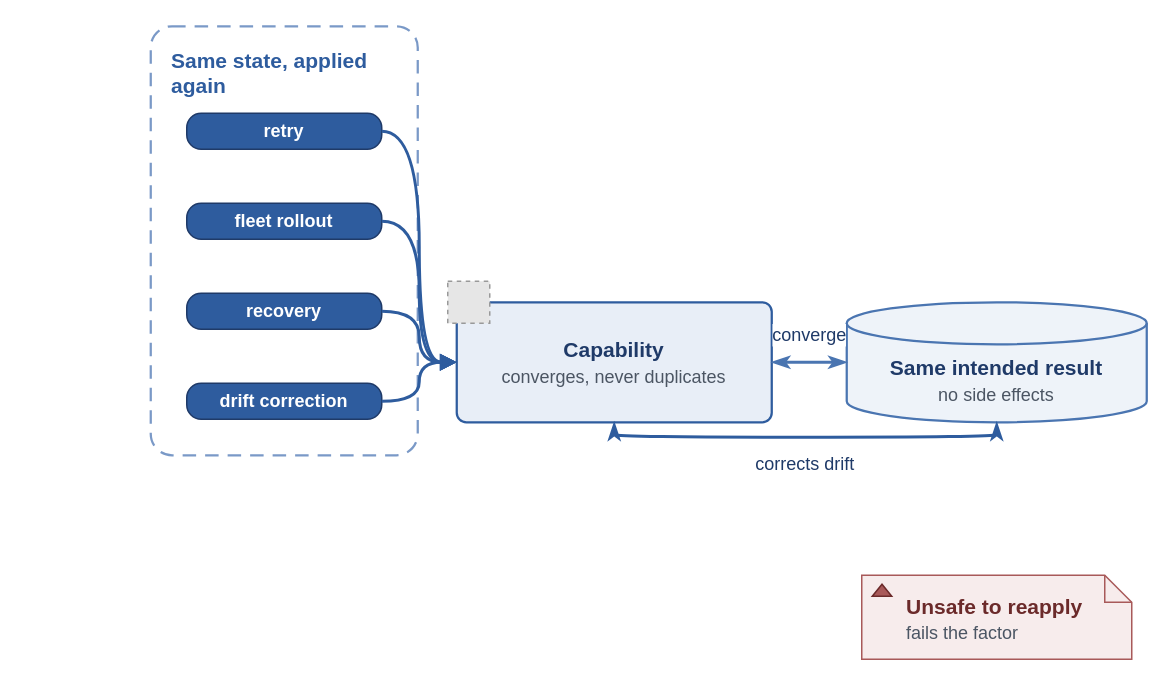
Above: diagrams/factor-4-stable-reconciliation.drawio in missBerg/platform-capabilities (draw.io), before the change. Source tidied: cells renumbered, new cells numbered last; positions are measured from the earlier drawing's top-left corner, leaving out a move shared by most shapes. Both pictures are drawn from the tidied source at 150%, with x=0, y=0 at pixel (150, 26). Pictures stored in the file or linked from it are replaced by grey dashed boxes.
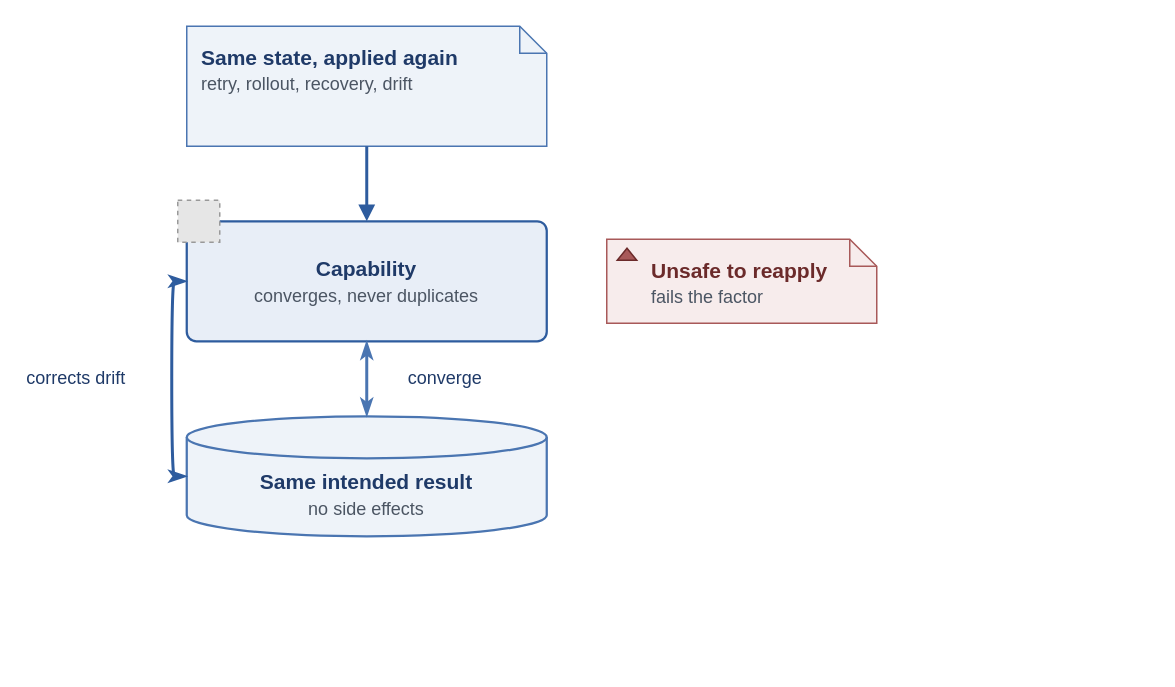
The same diagram, later.

Change to the diagram source:
```diff
@@
 <mxGraphModel>
   <root>
     <mxCell id="0" />
     <mxCell id="1" parent="0" />
-    <mxCell id="2" value="&lt;b&gt;Same state, applied again&lt;/b&gt;" style="rounded=1;whiteSpace=wrap;html=1;arcSize=8;fillColor=none;strokeColor=#7A99C7;strokeWidth=1.5;fontColor=#2E5C9E;fontFamily=Helvetica;fontSize=14;align=left;verticalAlign=top;dashed=1;dashPattern=6 4;spacingLeft=12;spacingTop=8;shadow=0;" parent="1" vertex="1">
-      <mxGeometry width="178" height="286" as="geometry" />
-    </mxCell>
-    <mxCell id="3" value="retry" style="rounded=1;whiteSpace=wrap;html=1;arcSize=40;fillColor=#2E5C9E;strokeColor=#1F3A68;strokeWidth=1;fontColor=#FFFFFF;fontFamily=Helvetica;fontSize=12;fontStyle=1;align=center;verticalAlign=middle;shadow=0;" parent="1" vertex="1">
-      <mxGeometry x="24" y="58" width="130" height="24" as="geometry" />
-    </mxCell>
-    <mxCell id="4" value="fleet rollout" style="rounded=1;whiteSpace=wrap;html=1;arcSize=40;fillColor=#2E5C9E;strokeColor=#1F3A68;strokeWidth=1;fontColor=#FFFFFF;fontFamily=Helvetica;fontSize=12;fontStyle=1;align=center;verticalAlign=middle;shadow=0;" parent="1" vertex="1">
-      <mxGeometry x="24" y="118" width="130" height="24" as="geometry" />
-    </mxCell>
-    <mxCell id="5" value="recovery" style="rounded=1;whiteSpace=wrap;html=1;arcSize=40;fillColor=#2E5C9E;strokeColor=#1F3A68;strokeWidth=1;fontColor=#FFFFFF;fontFamily=Helvetica;fontSize=12;fontStyle=1;align=center;verticalAlign=middle;shadow=0;" parent="1" vertex="1">
-      <mxGeometry x="24" y="178" width="130" height="24" as="geometry" />
-    </mxCell>
-    <mxCell id="6" value="drift correction" style="rounded=1;whiteSpace=wrap;html=1;arcSize=40;fillColor=#2E5C9E;strokeColor=#1F3A68;strokeWidth=1;fontColor=#FFFFFF;fontFamily=Helvetica;fontSize=12;fontStyle=1;align=center;verticalAlign=middle;shadow=0;" parent="1" vertex="1">
-      <mxGeometry x="24" y="238" width="130" height="24" as="geometry" />
-    </mxCell>
+    <mxCell id="18" value="&lt;b&gt;Same state, applied again&lt;/b&gt;&lt;br&gt;&lt;font style=&quot;font-size: 12px&quot; color=&quot;#4B5563&quot;&gt;retry, rollout, recovery, drift&lt;/font&gt;" style="shape=note;whiteSpace=wrap;html=1;backgroundOutline=1;fillColor=#EEF3F9;strokeColor=#4A75B1;strokeWidth=1;fontColor=#1F3A68;fontFamily=Helvetica;fontSize=14;align=left;verticalAlign=top;spacingLeft=8;spacingTop=6;spacingRight=8;shadow=0;size=18;" parent="1" vertex="1">
+      <mxGeometry x="24" width="240" height="80" as="geometry" />
+    </mxCell>
     <mxCell id="7" value="&lt;b&gt;Capability&lt;/b&gt;&lt;br&gt;&lt;font style=&quot;font-size: 12px&quot; color=&quot;#4B5563&quot;&gt;converges, never duplicates&lt;/font&gt;" style="rounded=1;whiteSpace=wrap;html=1;arcSize=8;fillColor=#E8EEF7;strokeColor=#2E5C9E;strokeWidth=1.5;fontColor=#1F3A68;fontFamily=Helvetica;fontSize=14;align=center;verticalAlign=middle;shadow=0;" parent="1" vertex="1">
-      <mxGeometry x="204" y="184" width="210" height="80" as="geometry" />
+      <mxGeometry x="24" y="130" width="240" height="80" as="geometry" />
     </mxCell>
     <mxCell id="8" style="fillColor=#E6E6E6;strokeColor=#999999;dashed=1;verticalLabelPosition=bottom;verticalAlign=top;align=center;fontFamily=Helvetica;fontSize=14;fontColor=#1F3A68;" parent="1" vertex="1">
-      <mxGeometry x="198" y="170" width="28" height="28" as="geometry" />
+      <mxGeometry x="18" y="116" width="28" height="28" as="geometry" />
     </mxCell>
-    <mxCell id="9" value="&lt;b&gt;Same intended result&lt;/b&gt;&lt;br&gt;&lt;font style=&quot;font-size: 12px&quot; color=&quot;#4B5563&quot;&gt;no side effects&lt;/font&gt;" style="shape=cylinder3;boundedLbl=1;backgroundOutline=1;size=14;whiteSpace=wrap;html=1;fillColor=#EEF3F9;strokeColor=#4A75B1;strokeWidth=1.5;fontColor=#1F3A68;fontFamily=Helvetica;fontSize=14;align=center;verticalAlign=middle;shadow=0;" parent="1" vertex="1">
-      <mxGeometry x="464" y="184" width="200" height="80" as="geometry" />
-    </mxCell>
     <mxCell id="10" value="&lt;b&gt;Unsafe to reapply&lt;/b&gt;&lt;br&gt;&lt;font style=&quot;font-size: 12px&quot; color=&quot;#4B5563&quot;&gt;fails the factor&lt;/font&gt;" style="shape=note;whiteSpace=wrap;html=1;backgroundOutline=1;fillColor=#F7ECEC;strokeColor=#A85959;strokeWidth=1;fontColor=#6B2A2A;fontFamily=Helvetica;fontSize=14;align=left;verticalAlign=top;spacingLeft=28;spacingTop=6;spacingRight=8;shadow=0;size=18;" parent="1" vertex="1">
-      <mxGeometry x="474" y="366" width="180" height="56" as="geometry" />
+      <mxGeometry x="304" y="142" width="180" height="56" as="geometry" />
     </mxCell>
     <mxCell id="11" style="shape=triangle;direction=north;fillColor=#A85959;strokeColor=#6B2A2A;html=1;shadow=0;" parent="1" vertex="1">
-      <mxGeometry x="481" y="372" width="13" height="8" as="geometry" />
+      <mxGeometry x="311" y="148" width="13" height="8" as="geometry" />
     </mxCell>
+    <mxCell id="9" value="&lt;b&gt;Same intended result&lt;/b&gt;&lt;br&gt;&lt;font style=&quot;font-size: 12px&quot; color=&quot;#4B5563&quot;&gt;no side effects&lt;/font&gt;" style="shape=cylinder3;boundedLbl=1;backgroundOutline=1;size=14;whiteSpace=wrap;html=1;fillColor=#EEF3F9;strokeColor=#4A75B1;strokeWidth=1.5;fontColor=#1F3A68;fontFamily=Helvetica;fontSize=14;align=center;verticalAlign=middle;shadow=0;" parent="1" vertex="1">
+      <mxGeometry x="24" y="260" width="240" height="80" as="geometry" />
+    </mxCell>
-    <mxCell id="12" style="edgeStyle=orthogonalEdgeStyle;endArrow=block;html=1;rounded=0;strokeColor=#2E5C9E;strokeWidth=2;fontColor=#1F3A68;fontFamily=Helvetica;fontSize=12;endFill=1;curved=1;exitX=1;exitY=0.5;exitDx=0;exitDy=0;entryX=0;entryY=0.5;entryDx=0;entryDy=0;" parent="1" edge="1" source="3" target="7">
+    <mxCell id="12" style="edgeStyle=orthogonalEdgeStyle;endArrow=block;html=1;rounded=0;strokeColor=#2E5C9E;strokeWidth=2;fontColor=#1F3A68;fontFamily=Helvetica;fontSize=12;endFill=1;curved=1;exitX=0.5;exitY=1;exitDx=0;exitDy=0;entryX=0.5;entryY=0;entryDx=0;entryDy=0;" parent="1" edge="1" source="18" target="7">
       <mxGeometry relative="1" as="geometry" />
     </mxCell>
-    <mxCell id="13" style="edgeStyle=orthogonalEdgeStyle;endArrow=block;html=1;rounded=0;strokeColor=#2E5C9E;strokeWidth=2;fontColor=#1F3A68;fontFamily=Helvetica;fontSize=12;endFill=1;curved=1;exitX=1;exitY=0.5;exitDx=0;exitDy=0;entryX=0;entryY=0.5;entryDx=0;entryDy=0;" parent="1" edge="1" source="4" target="7">
-      <mxGeometry relative="1" as="geometry" />
+    <mxCell id="13" value="converge" style="edgeStyle=orthogonalEdgeStyle;endArrow=classicThin;startArrow=classicThin;html=1;rounded=0;strokeColor=#4A75B1;strokeWidth=2;fontColor=#1F3A68;fontFamily=Helvetica;fontSize=12;curved=1;exitX=0.5;exitY=1;exitDx=0;exitDy=0;entryX=0.5;entryY=0;entryDx=0;entryDy=0;" parent="1" edge="1" source="7" target="9">
+      <mxGeometry relative="1" as="geometry">
+        <mxPoint x="52" as="offset" />
+      </mxGeometry>
     </mxCell>
-    <mxCell id="14" style="edgeStyle=orthogonalEdgeStyle;endArrow=block;html=1;rounded=0;strokeColor=#2E5C9E;strokeWidth=2;fontColor=#1F3A68;fontFamily=Helvetica;fontSize=12;endFill=1;curved=1;exitX=1;exitY=0.5;exitDx=0;exitDy=0;entryX=0;entryY=0.5;entryDx=0;entryDy=0;" parent="1" edge="1" source="5" target="7">
-      <mxGeometry relative="1" as="geometry" />
+    <mxCell id="14" value="corrects drift" style="edgeStyle=orthogonalEdgeStyle;endArrow=classicThin;startArrow=classicThin;html=1;curved=1;rounded=0;strokeColor=#2E5C9E;strokeWidth=2;fontColor=#1F3A68;fontFamily=Helvetica;fontSize=12;curved=1;exitX=0;exitY=0.5;exitDx=0;exitDy=0;entryX=0;entryY=0.5;entryDx=0;entryDy=0;" parent="1" edge="1" source="9" target="7">
+      <mxGeometry relative="1" as="geometry">
+        <mxPoint x="-64" as="offset" />
+      </mxGeometry>
     </mxCell>
-    <mxCell id="15" style="edgeStyle=orthogonalEdgeStyle;endArrow=block;html=1;rounded=0;strokeColor=#2E5C9E;strokeWidth=2;fontColor=#1F3A68;fontFamily=Helvetica;fontSize=12;endFill=1;curved=1;exitX=1;exitY=0.5;exitDx=0;exitDy=0;entryX=0;entryY=0.5;entryDx=0;entryDy=0;" parent="1" edge="1" source="6" target="7">
-      <mxGeometry relative="1" as="geometry" />
-    </mxCell>
-    <mxCell id="16" value="converge" style="edgeStyle=orthogonalEdgeStyle;endArrow=classicThin;startArrow=classicThin;html=1;rounded=0;strokeColor=#4A75B1;strokeWidth=2;fontColor=#1F3A68;fontFamily=Helvetica;fontSize=12;curved=1;exitX=1;exitY=0.5;exitDx=0;exitDy=0;entryX=0;entryY=0.5;entryDx=0;entryDy=0;" parent="1" edge="1" source="7" target="9">
-      <mxGeometry relative="1" as="geometry">
-        <mxPoint y="-18" as="offset" />
-      </mxGeometry>
-    </mxCell>
-    <mxCell id="17" value="corrects drift" style="edgeStyle=orthogonalEdgeStyle;endArrow=classicThin;startArrow=classicThin;html=1;curved=1;rounded=0;strokeColor=#2E5C9E;strokeWidth=2;fontColor=#1F3A68;fontFamily=Helvetica;fontSize=12;curved=1;exitX=0.5;exitY=1;exitDx=0;exitDy=0;entryX=0.5;entryY=1;entryDx=0;entryDy=0;" parent="1" edge="1" source="9" target="7">
-      <mxGeometry relative="1" as="geometry">
-        <mxPoint y="18" as="offset" />
-      </mxGeometry>
-    </mxCell>
   </root>
 </mxGraphModel>
```
